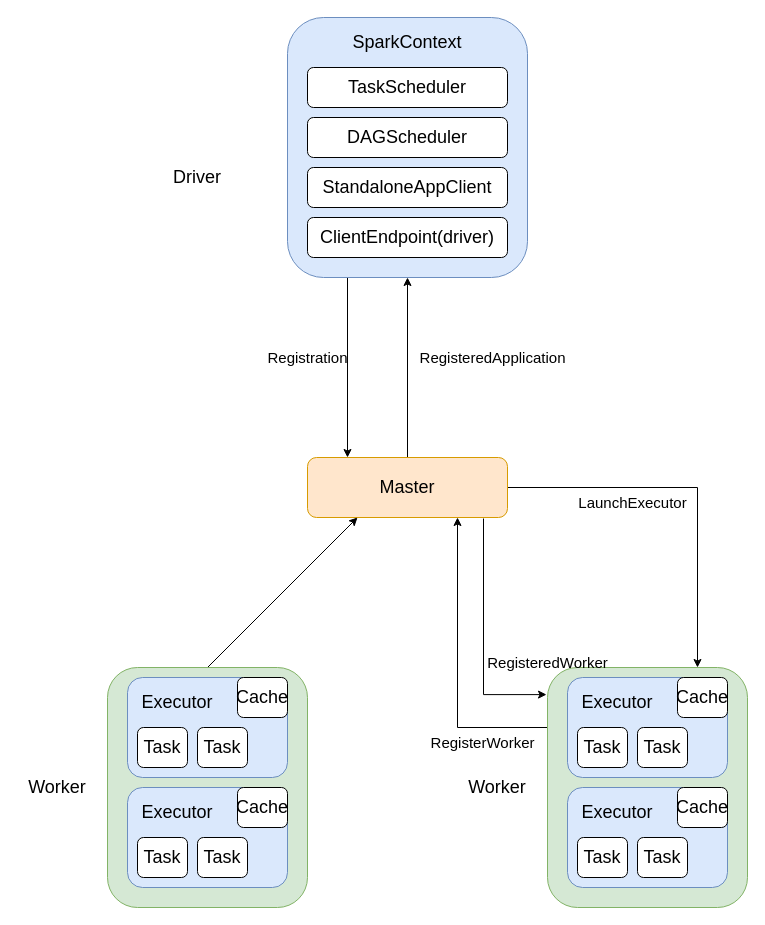
Earlier version of the draw.io diagram imgs/spark/spark_standalone_structure.drawio (rainsbaby/notebook). Source tidied: cells renumbered, new cells numbered last; positions are measured from the earlier drawing's top-left corner, leaving out a move shared by most shapes. Both pictures are drawn from the tidied source at 100%, with x=0, y=0 at pixel (17, 17).
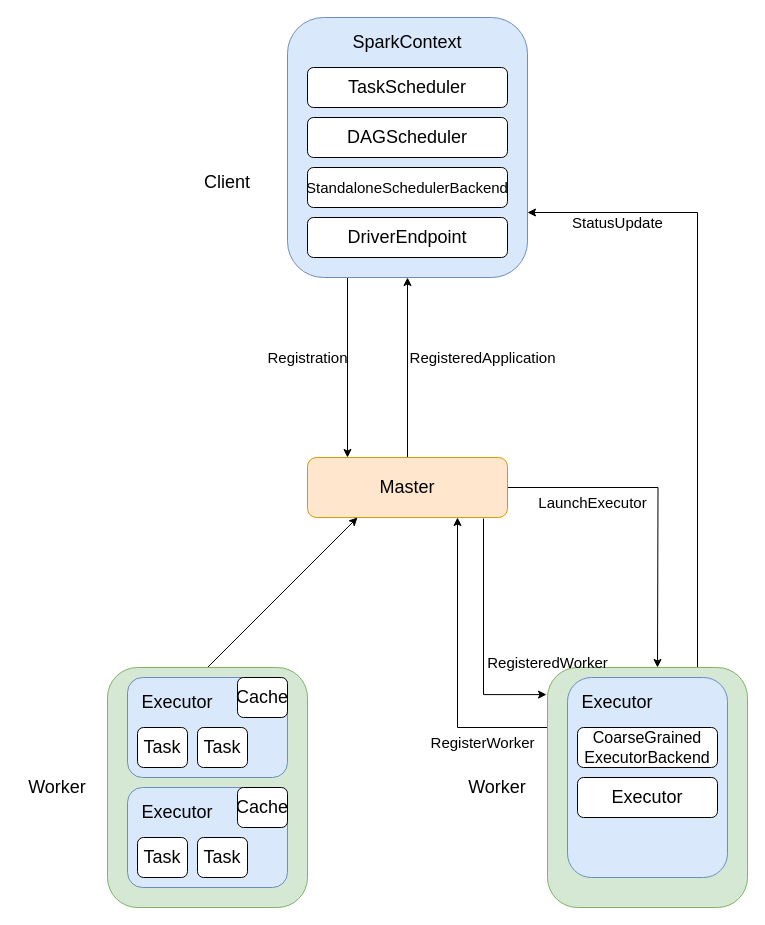
After the change.

The change refers to these unchanged cells:
```xml
<mxCell id="3" style="rounded=1;whiteSpace=wrap;html=1;fontSize=18;fillColor=#dae8fc;strokeColor=#6c8ebf;" parent="1" vertex="1">
  <mxGeometry x="270" width="240" height="260" as="geometry" />
</mxCell>
<mxCell id="7" value="Master" style="rounded=1;whiteSpace=wrap;html=1;fontSize=18;fillColor=#ffe6cc;strokeColor=#d79b00;" parent="1" vertex="1">
  <mxGeometry x="290" y="440" width="200" height="60" as="geometry" />
</mxCell>
<mxCell id="32" style="rounded=1;whiteSpace=wrap;html=1;fontSize=18;fillColor=#d5e8d4;strokeColor=#82b366;" parent="1" vertex="1">
  <mxGeometry x="530" y="650" width="200" height="240" as="geometry" />
</mxCell>
```

What changed in the source:
```diff
@@
-    <mxCell id="5" style="edgeStyle=orthogonalEdgeStyle;rounded=0;jettySize=auto;html=1;exitX=1;exitY=0.5;exitDx=0;exitDy=0;entryX=0.75;entryY=0;entryDx=0;entryDy=0;fontSize=15;" parent="1" edge="1" source="7" target="32">
-      <mxGeometry relative="1" as="geometry" />
+    <mxCell id="5" style="edgeStyle=orthogonalEdgeStyle;rounded=0;jettySize=auto;html=1;exitX=1;exitY=0.5;exitDx=0;exitDy=0;fontSize=15;" parent="1" edge="1" source="7">
+      <mxGeometry relative="1" as="geometry">
+        <mxPoint x="640" y="650" as="targetPoint" />
+      </mxGeometry>
     </mxCell>
@@
-    <mxCell id="12" value="StandaloneAppClient" style="rounded=1;whiteSpace=wrap;html=1;fontSize=18;" parent="1" vertex="1">
+    <mxCell id="12" value="&lt;font style=&quot;font-size: 15px;&quot;&gt;StandaloneSchedulerBackend&lt;/font&gt;" style="rounded=1;whiteSpace=wrap;html=1;fontSize=18;" parent="1" vertex="1">
       <mxGeometry x="290" y="150" width="200" height="40" as="geometry" />
     </mxCell>
-    <mxCell id="13" value="ClientEndpoint(driver)" style="rounded=1;whiteSpace=wrap;html=1;fontSize=18;" parent="1" vertex="1">
+    <mxCell id="13" value="DriverEndpoint" style="rounded=1;whiteSpace=wrap;html=1;fontSize=18;" parent="1" vertex="1">
       <mxGeometry x="290" y="200" width="200" height="40" as="geometry" />
     </mxCell>
-    <mxCell id="14" value="Driver" style="text;html=1;strokeColor=none;fillColor=none;align=center;verticalAlign=middle;whiteSpace=wrap;rounded=0;fontSize=18;" parent="1" vertex="1">
-      <mxGeometry x="140" y="145" width="80" height="30" as="geometry" />
+    <mxCell id="14" value="Client" style="text;html=1;strokeColor=none;fillColor=none;align=center;verticalAlign=middle;whiteSpace=wrap;rounded=0;fontSize=18;" parent="1" vertex="1">
+      <mxGeometry x="170" y="150" width="80" height="30" as="geometry" />
     </mxCell>
@@
     <mxCell id="16" value="RegisteredApplication" style="text;html=1;align=center;verticalAlign=middle;strokeColor=none;fillColor=none;fontSize=15;" parent="1" vertex="1">
-      <mxGeometry x="390" y="325" width="170" height="30" as="geometry" />
+      <mxGeometry x="380" y="325" width="170" height="30" as="geometry" />
     </mxCell>
@@
+    <mxCell id="49" style="edgeStyle=orthogonalEdgeStyle;rounded=0;jettySize=auto;html=1;exitX=0.75;exitY=0;exitDx=0;exitDy=0;entryX=1;entryY=0.75;entryDx=0;entryDy=0;fontSize=18;" parent="1" edge="1" source="32" target="3">
+      <mxGeometry relative="1" as="geometry" />
+    </mxCell>
@@
-    <mxCell id="33" style="group;" parent="1" vertex="1">
-      <mxGeometry x="550" y="660" width="160" height="100" as="geometry" />
-    </mxCell>
-    <mxCell id="34" style="rounded=1;whiteSpace=wrap;html=1;fontSize=18;fillColor=#dae8fc;strokeColor=#6c8ebf;" parent="33" vertex="1">
-      <mxGeometry width="160" height="100" as="geometry" />
-    </mxCell>
-    <mxCell id="35" value="Task" style="rounded=1;whiteSpace=wrap;html=1;fontSize=18;" parent="33" vertex="1">
-      <mxGeometry x="10" y="50" width="50" height="40" as="geometry" />
-    </mxCell>
-    <mxCell id="36" value="Task" style="rounded=1;whiteSpace=wrap;html=1;fontSize=18;" parent="33" vertex="1">
-      <mxGeometry x="70" y="50" width="50" height="40" as="geometry" />
-    </mxCell>
-    <mxCell id="37" value="Cache" style="rounded=1;whiteSpace=wrap;html=1;fontSize=18;" parent="33" vertex="1">
-      <mxGeometry x="110" width="50" height="40" as="geometry" />
-    </mxCell>
-    <mxCell id="38" value="Executor" style="text;html=1;strokeColor=none;fillColor=none;align=center;verticalAlign=middle;whiteSpace=wrap;rounded=0;fontSize=18;" parent="33" vertex="1">
-      <mxGeometry x="10" y="10" width="80" height="30" as="geometry" />
-    </mxCell>
-    <mxCell id="39" style="group;" parent="1" vertex="1">
-      <mxGeometry x="550" y="770" width="160" height="100" as="geometry" />
-    </mxCell>
-    <mxCell id="40" style="rounded=1;whiteSpace=wrap;html=1;fontSize=18;fillColor=#dae8fc;strokeColor=#6c8ebf;" parent="39" vertex="1">
-      <mxGeometry width="160" height="100" as="geometry" />
-    </mxCell>
-    <mxCell id="41" value="Task" style="rounded=1;whiteSpace=wrap;html=1;fontSize=18;" parent="39" vertex="1">
-      <mxGeometry x="10" y="50" width="50" height="40" as="geometry" />
-    </mxCell>
-    <mxCell id="42" value="Task" style="rounded=1;whiteSpace=wrap;html=1;fontSize=18;" parent="39" vertex="1">
-      <mxGeometry x="70" y="50" width="50" height="40" as="geometry" />
-    </mxCell>
-    <mxCell id="43" value="Cache" style="rounded=1;whiteSpace=wrap;html=1;fontSize=18;" parent="39" vertex="1">
-      <mxGeometry x="110" width="50" height="40" as="geometry" />
-    </mxCell>
-    <mxCell id="44" value="Executor" style="text;html=1;strokeColor=none;fillColor=none;align=center;verticalAlign=middle;whiteSpace=wrap;rounded=0;fontSize=18;" parent="39" vertex="1">
-      <mxGeometry x="10" y="10" width="80" height="30" as="geometry" />
-    </mxCell>
@@
     <mxCell id="48" value="LaunchExecutor" style="text;html=1;align=center;verticalAlign=middle;strokeColor=none;fillColor=none;fontSize=15;" parent="1" vertex="1">
-      <mxGeometry x="550" y="470" width="130" height="30" as="geometry" />
+      <mxGeometry x="510" y="470" width="130" height="30" as="geometry" />
     </mxCell>
+    <mxCell id="34" style="rounded=1;whiteSpace=wrap;html=1;fontSize=18;fillColor=#dae8fc;strokeColor=#6c8ebf;" parent="1" vertex="1">
+      <mxGeometry x="550" y="660" width="160" height="200" as="geometry" />
+    </mxCell>
+    <mxCell id="35" value="&lt;div&gt;CoarseGrained&lt;/div&gt;&lt;div&gt;ExecutorBackend&lt;/div&gt;" style="rounded=1;whiteSpace=wrap;html=1;fontSize=16;" parent="1" vertex="1">
+      <mxGeometry x="560" y="710" width="140" height="40" as="geometry" />
+    </mxCell>
+    <mxCell id="38" value="Executor" style="text;html=1;strokeColor=none;fillColor=none;align=center;verticalAlign=middle;whiteSpace=wrap;rounded=0;fontSize=18;" parent="1" vertex="1">
+      <mxGeometry x="560" y="670" width="80" height="30" as="geometry" />
+    </mxCell>
+    <mxCell id="44" value="Executor" style="rounded=1;whiteSpace=wrap;html=1;fontSize=18;" parent="1" vertex="1">
+      <mxGeometry x="560" y="760" width="140" height="40" as="geometry" />
+    </mxCell>
+    <mxCell id="50" value="StatusUpdate" style="text;html=1;align=center;verticalAlign=middle;strokeColor=none;fillColor=none;fontSize=15;" parent="1" vertex="1">
+      <mxGeometry x="545" y="190" width="110" height="30" as="geometry" />
+    </mxCell>
```
